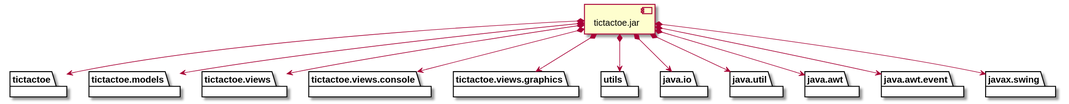
The PlantUML diagram documentView/withFactoryMethod/docs/diagrams/out/vistas/desarrollo_implementacion.svg in Jolucaa/USantaTecla-project-ticTacToe, before a commit.
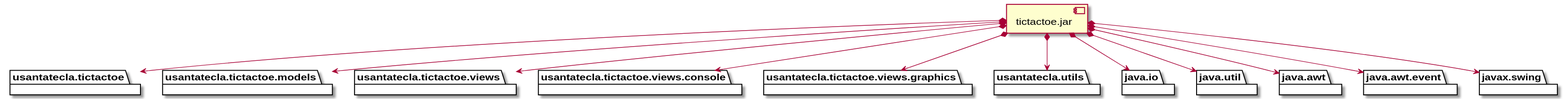
After the commit.

Commit message:
documentView.WithFactoryMethod diagrams updated 3

Diff of the diagram source:
```diff
@@ -1,36 +1,35 @@
 @startuml
-
-package "  "  as tictactoe {
+package "  "  as usantatecla.tictactoe {
 }
-package "  "  as tictactoe.models {
+package "  "  as usantatecla.tictactoe.models {
 }
-package "  "  as tictactoe.views {
+package "  "  as usantatecla.tictactoe.views {
 }
-package "  "  as tictactoe.views.console {
+package "  "  as usantatecla.tictactoe.views.console {
 }
-package "  "  as tictactoe.views.graphics {
+package "  "  as usantatecla.tictactoe.views.graphics {
 }
-package "  "  as utils {
+package "  "  as usantatecla.utils {
 }
 package "  "  as java.io {
 }
 package "  "  as java.util {
 }
-package "  "  as java.awt {
+package "  "  as java.awt{
 }
-package "  "  as java.awt.event {
+package "  "  as java.awt.event{
 }
-package "  "  as javax.swing {
+package "  "  as javax.swing{
 }
 
 [tictactoe.jar] as jar
 
-jar *--> tictactoe
-jar *--> tictactoe.models
-jar *--> tictactoe.views
-jar *--> tictactoe.views.console
-jar *--> tictactoe.views.graphics
-jar *--> utils
+jar *--> usantatecla.tictactoe
+jar *--> usantatecla.tictactoe.models
+jar *--> usantatecla.tictactoe.views
+jar *--> usantatecla.tictactoe.views.console
+jar *--> usantatecla.tictactoe.views.graphics
+jar *--> usantatecla.utils
 jar *--> java.io
 jar *--> java.util
 jar *--> java.awt
```
